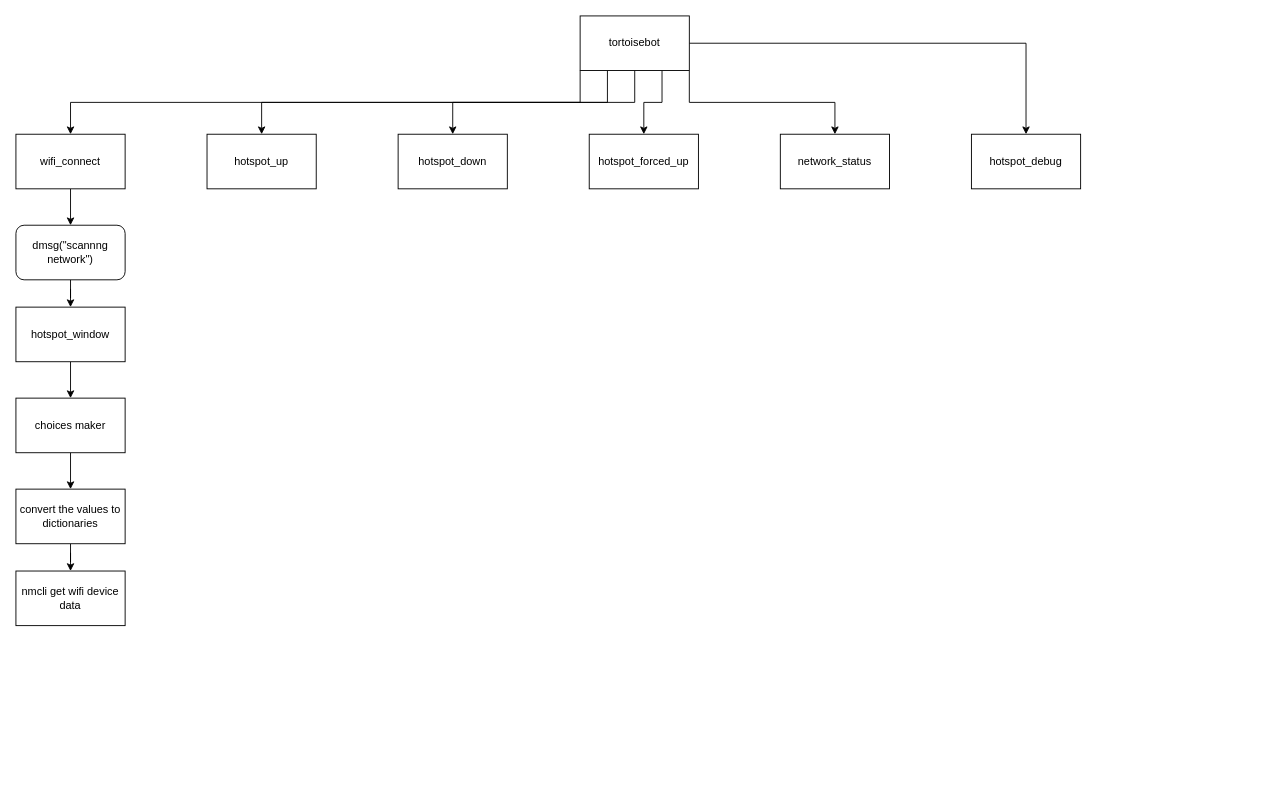
Before: Untitled Diagram.drawio in lordofwizard/script, a draw.io diagram. Source tidied: cells renumbered, new cells numbered last; positions are measured from the earlier drawing's top-left corner, leaving out a move shared by most shapes. Both pictures are drawn from the tidied source at 91%, with x=0, y=0 at pixel (15, 15).
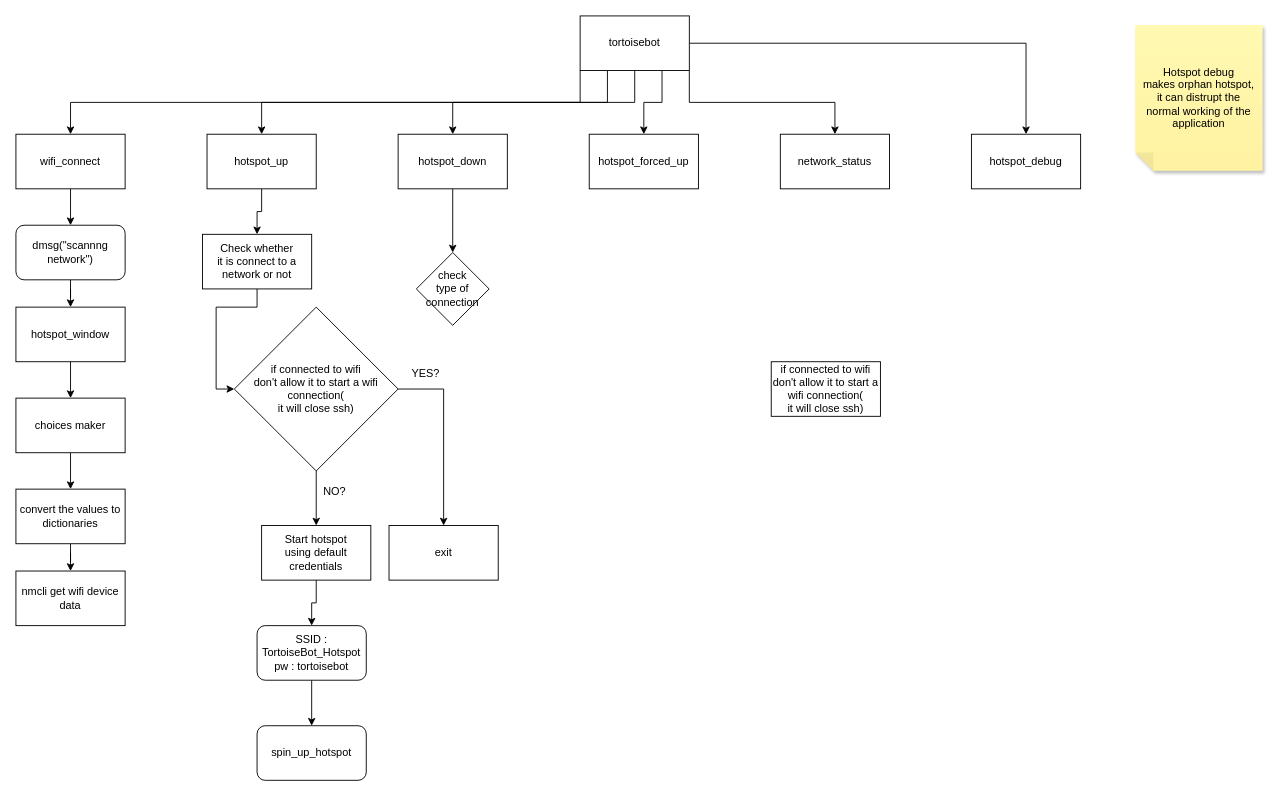
The same page after the edit.

Commit message:
hotspot_up functionality

The change refers to these unchanged cells:
```xml
<mxCell id="11" value="hotspot_up" style="whiteSpace=wrap;html=1;" parent="1" vertex="1">
  <mxGeometry x="210" y="130" width="120" height="60" as="geometry" />
</mxCell>
<mxCell id="12" value="hotspot_down" style="whiteSpace=wrap;html=1;" parent="1" vertex="1">
  <mxGeometry x="420" y="130" width="120" height="60" as="geometry" />
</mxCell>
```

The edit, as a diff of the source:
```diff
@@
+    <mxCell id="25" style="edgeStyle=orthogonalEdgeStyle;rounded=0;jettySize=auto;html=1;exitX=0.5;exitY=1;exitDx=0;exitDy=0;" parent="1" edge="1" source="11" target="28">
+      <mxGeometry relative="1" as="geometry" />
+    </mxCell>
@@
+    <mxCell id="26" style="edgeStyle=orthogonalEdgeStyle;rounded=0;jettySize=auto;html=1;" parent="1" edge="1" source="12" target="42">
+      <mxGeometry relative="1" as="geometry" />
+    </mxCell>
@@
+    <mxCell id="27" style="edgeStyle=orthogonalEdgeStyle;rounded=0;jettySize=auto;html=1;exitX=0.5;exitY=1;exitDx=0;exitDy=0;entryX=0;entryY=0.5;entryDx=0;entryDy=0;" parent="1" edge="1" source="28" target="33">
+      <mxGeometry relative="1" as="geometry" />
+    </mxCell>
+    <mxCell id="28" value="&lt;div&gt;Check whether&lt;/div&gt;&lt;div&gt;it is connect to a network or not&lt;br&gt;&lt;/div&gt;" style="whiteSpace=wrap;html=1;" parent="1" vertex="1">
+      <mxGeometry x="205" y="240" width="120" height="60" as="geometry" />
+    </mxCell>
+    <mxCell id="29" value="&lt;div&gt;Hotspot debug&lt;/div&gt;&lt;div&gt;makes orphan hotspot,&lt;/div&gt;&lt;div&gt;it can distrupt the &lt;br&gt;&lt;/div&gt;&lt;div&gt;normal working of the application&lt;/div&gt;" style="shape=note;whiteSpace=wrap;html=1;backgroundOutline=1;fontColor=#000000;darkOpacity=0.05;fillColor=#FFF9B2;strokeColor=none;fillStyle=solid;direction=west;gradientDirection=north;gradientColor=#FFF2A1;shadow=1;size=20;" parent="1" vertex="1">
+      <mxGeometry x="1230" y="10" width="140" height="160" as="geometry" />
+    </mxCell>
+    <mxCell id="30" value="&lt;div&gt;if connected to wifi&lt;/div&gt;&lt;div&gt;don't allow it to start a wifi connection(&lt;br&gt;it will close ssh)&lt;br&gt;&lt;/div&gt;" style="whiteSpace=wrap;html=1;" parent="1" vertex="1">
+      <mxGeometry x="830" y="380" width="120" height="60" as="geometry" />
+    </mxCell>
+    <mxCell id="31" style="edgeStyle=orthogonalEdgeStyle;rounded=0;jettySize=auto;html=1;exitX=1;exitY=0.5;exitDx=0;exitDy=0;entryX=0.5;entryY=0;entryDx=0;entryDy=0;" parent="1" edge="1" source="33" target="35">
+      <mxGeometry relative="1" as="geometry" />
+    </mxCell>
+    <mxCell id="32" style="edgeStyle=orthogonalEdgeStyle;rounded=0;jettySize=auto;html=1;exitX=0.5;exitY=1;exitDx=0;exitDy=0;entryX=0.5;entryY=0;entryDx=0;entryDy=0;" parent="1" edge="1" source="33" target="37">
+      <mxGeometry relative="1" as="geometry" />
+    </mxCell>
+    <mxCell id="33" value="&lt;div&gt;if connected to wifi&lt;/div&gt;&lt;div&gt;don't allow it to start a wifi connection(&lt;br&gt;it will close ssh)&lt;br&gt;&lt;/div&gt;" style="rhombus;whiteSpace=wrap;html=1;" parent="1" vertex="1">
+      <mxGeometry x="240" y="320" width="180" height="180" as="geometry" />
+    </mxCell>
+    <mxCell id="34" value="YES?" style="text;html=1;align=center;verticalAlign=middle;strokeColor=none;fillColor=none;" parent="1" vertex="1">
+      <mxGeometry x="425" y="378" width="50" height="30" as="geometry" />
+    </mxCell>
+    <mxCell id="35" value="&lt;div&gt;exit&lt;/div&gt;" style="whiteSpace=wrap;html=1;" parent="1" vertex="1">
+      <mxGeometry x="410" y="560" width="120" height="60" as="geometry" />
+    </mxCell>
+    <mxCell id="36" style="edgeStyle=orthogonalEdgeStyle;rounded=0;jettySize=auto;html=1;entryX=0.5;entryY=0;entryDx=0;entryDy=0;" parent="1" edge="1" source="37" target="40">
+      <mxGeometry relative="1" as="geometry" />
+    </mxCell>
+    <mxCell id="37" value="Start hotspot &lt;br&gt;using default &lt;br&gt;credentials" style="whiteSpace=wrap;html=1;" parent="1" vertex="1">
+      <mxGeometry x="270" y="560" width="120" height="60" as="geometry" />
+    </mxCell>
+    <mxCell id="38" value="NO?" style="text;html=1;align=center;verticalAlign=middle;strokeColor=none;fillColor=none;" parent="1" vertex="1">
+      <mxGeometry x="325" y="508" width="50" height="30" as="geometry" />
+    </mxCell>
+    <mxCell id="39" style="edgeStyle=orthogonalEdgeStyle;rounded=0;jettySize=auto;html=1;" parent="1" edge="1" source="40" target="41">
+      <mxGeometry relative="1" as="geometry" />
+    </mxCell>
+    <mxCell id="40" value="SSID : TortoiseBot_Hotspot&lt;br&gt;pw : tortoisebot" style="rounded=1;whiteSpace=wrap;html=1;" parent="1" vertex="1">
+      <mxGeometry x="265" y="670" width="120" height="60" as="geometry" />
+    </mxCell>
+    <mxCell id="41" value="&lt;div&gt;spin_up_hotspot&lt;/div&gt;" style="rounded=1;whiteSpace=wrap;html=1;" parent="1" vertex="1">
+      <mxGeometry x="265" y="780" width="120" height="60" as="geometry" />
+    </mxCell>
+    <mxCell id="42" value="check &lt;br&gt;type of connection" style="rhombus;whiteSpace=wrap;html=1;" parent="1" vertex="1">
+      <mxGeometry x="440" y="260" width="80" height="80" as="geometry" />
+    </mxCell>
```
